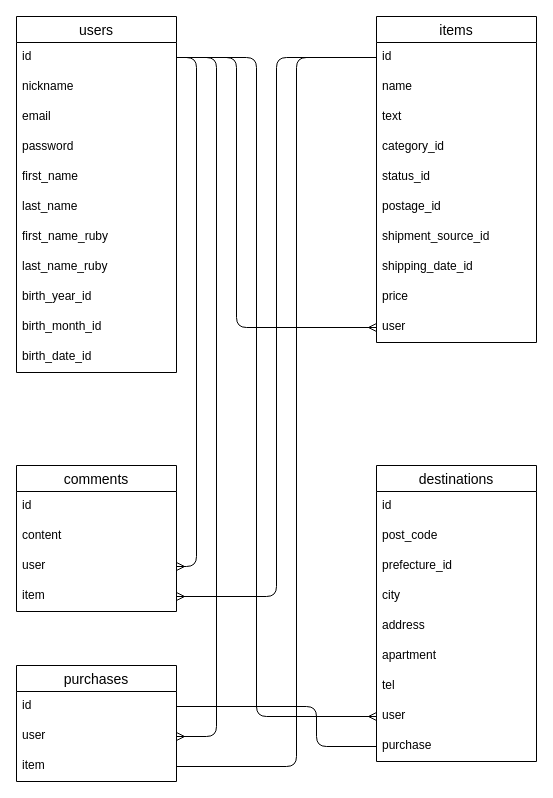
The draw.io diagram furima.dio in shun-p0430/furima-37638, before the edit. Source tidied: cells renumbered, new cells numbered last; positions are measured from the earlier drawing's top-left corner, leaving out a move shared by most shapes. Both pictures are drawn from the tidied source at 100%, with x=0, y=0 at pixel (16, 16).
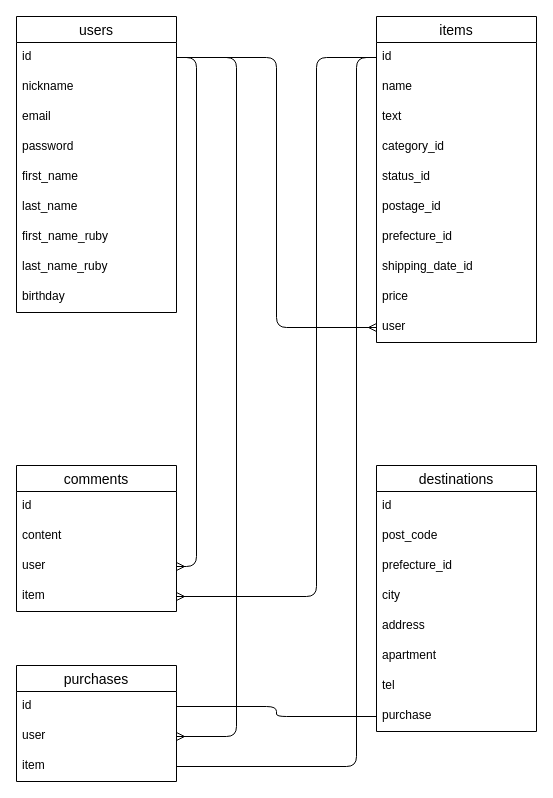
The same page after the edit.

Unchanged cells that the change refers to:
```xml
<mxCell id="3" value="id" style="text;strokeColor=none;fillColor=none;spacingLeft=4;spacingRight=4;overflow=hidden;points=[[0,0.5],[1,0.5]];portConstraint=eastwest;fontSize=12;" parent="2" vertex="1">
  <mxGeometry y="26" width="160" height="30" as="geometry" />
</mxCell>
<mxCell id="14" value="items" style="swimlane;fontStyle=0;horizontal=1;startSize=26;align=center;fontSize=14;" parent="1" vertex="1">
  <mxGeometry x="360" width="160" height="326" as="geometry" />
</mxCell>
<mxCell id="15" value="id" style="text;strokeColor=none;fillColor=none;spacingLeft=4;spacingRight=4;overflow=hidden;points=[[0,0.5],[1,0.5]];portConstraint=eastwest;fontSize=12;" parent="14" vertex="1">
  <mxGeometry y="26" width="160" height="30" as="geometry" />
</mxCell>
<mxCell id="24" value="user" style="text;strokeColor=none;fillColor=none;spacingLeft=4;spacingRight=4;overflow=hidden;points=[[0,0.5],[1,0.5]];portConstraint=eastwest;fontSize=12;labelBackgroundColor=default;" parent="14" vertex="1">
  <mxGeometry y="296" width="160" height="30" as="geometry" />
</mxCell>
<mxCell id="39" value="item" style="text;strokeColor=none;fillColor=none;spacingLeft=4;spacingRight=4;overflow=hidden;points=[[0,0.5],[1,0.5]];portConstraint=eastwest;fontSize=12;labelBackgroundColor=default;" parent="35" vertex="1">
  <mxGeometry y="116" width="160" height="30" as="geometry" />
</mxCell>
<mxCell id="42" value="id" style="text;strokeColor=none;fillColor=none;spacingLeft=4;spacingRight=4;overflow=hidden;points=[[0,0.5],[1,0.5]];portConstraint=eastwest;fontSize=12;" parent="41" vertex="1">
  <mxGeometry y="26" width="160" height="30" as="geometry" />
</mxCell>
<mxCell id="43" value="user" style="text;strokeColor=none;fillColor=none;spacingLeft=4;spacingRight=4;overflow=hidden;points=[[0,0.5],[1,0.5]];portConstraint=eastwest;fontSize=12;" parent="41" vertex="1">
  <mxGeometry y="56" width="160" height="30" as="geometry" />
</mxCell>
<mxCell id="44" value="item" style="text;strokeColor=none;fillColor=none;spacingLeft=4;spacingRight=4;overflow=hidden;points=[[0,0.5],[1,0.5]];portConstraint=eastwest;fontSize=12;" parent="41" vertex="1">
  <mxGeometry y="86" width="160" height="30" as="geometry" />
</mxCell>
```

The edit, as a diff of the source:
```diff
@@
     <mxCell id="2" value="users" style="swimlane;fontStyle=0;horizontal=1;startSize=26;align=center;fontSize=14;" parent="1" vertex="1">
-      <mxGeometry width="160" height="356" as="geometry" />
+      <mxGeometry width="160" height="296" as="geometry" />
     </mxCell>
@@
-    <mxCell id="11" value="birth_year_id" style="text;strokeColor=none;fillColor=none;spacingLeft=4;spacingRight=4;overflow=hidden;fontSize=12;" parent="2" vertex="1">
+    <mxCell id="11" value="birthday" style="text;strokeColor=none;fillColor=none;spacingLeft=4;spacingRight=4;overflow=hidden;fontSize=12;" parent="2" vertex="1">
       <mxGeometry y="266" width="160" height="30" as="geometry" />
     </mxCell>
-    <mxCell id="12" value="birth_month_id" style="text;strokeColor=none;fillColor=none;spacingLeft=4;spacingRight=4;overflow=hidden;fontSize=12;" parent="2" vertex="1">
-      <mxGeometry y="296" width="160" height="30" as="geometry" />
-    </mxCell>
-    <mxCell id="13" value="birth_date_id" style="text;strokeColor=none;fillColor=none;spacingLeft=4;spacingRight=4;overflow=hidden;fontSize=12;" parent="2" vertex="1">
-      <mxGeometry y="326" width="160" height="30" as="geometry" />
-    </mxCell>
@@
-    <mxCell id="21" value="shipment_source_id" style="text;strokeColor=none;fillColor=none;spacingLeft=4;spacingRight=4;overflow=hidden;fontSize=12;labelBackgroundColor=default;" parent="14" vertex="1">
+    <mxCell id="21" value="prefecture_id" style="text;strokeColor=none;fillColor=none;spacingLeft=4;spacingRight=4;overflow=hidden;fontSize=12;labelBackgroundColor=default;" parent="14" vertex="1">
       <mxGeometry y="206" width="160" height="30" as="geometry" />
     </mxCell>
@@
     <mxCell id="25" value="destinations" style="swimlane;fontStyle=0;horizontal=1;startSize=26;align=center;fontSize=14;labelBackgroundColor=default;" parent="1" vertex="1">
-      <mxGeometry x="360" y="449" width="160" height="296" as="geometry" />
+      <mxGeometry x="360" y="449" width="160" height="266" as="geometry" />
     </mxCell>
@@
-    <mxCell id="33" value="user" style="text;strokeColor=none;fillColor=none;spacingLeft=4;spacingRight=4;overflow=hidden;points=[[0,0.5],[1,0.5]];portConstraint=eastwest;fontSize=12;labelBackgroundColor=default;" parent="25" vertex="1">
-      <mxGeometry y="236" width="160" height="30" as="geometry" />
-    </mxCell>
     <mxCell id="34" value="purchase" style="text;strokeColor=none;fillColor=none;spacingLeft=4;spacingRight=4;overflow=hidden;points=[[0,0.5],[1,0.5]];portConstraint=eastwest;fontSize=12;labelBackgroundColor=default;" parent="25" vertex="1">
-      <mxGeometry y="266" width="160" height="30" as="geometry" />
+      <mxGeometry y="236" width="160" height="30" as="geometry" />
     </mxCell>
@@
     <mxCell id="45" style="edgeStyle=orthogonalEdgeStyle;html=1;exitX=1;exitY=0.5;exitDx=0;exitDy=0;entryX=0;entryY=0.5;entryDx=0;entryDy=0;endArrow=ERmany;endFill=0;" parent="1" edge="1" source="3" target="24">
       <mxGeometry relative="1" as="geometry">
         <Array as="points">
-          <mxPoint x="220" y="41" />
-          <mxPoint x="220" y="311" />
+          <mxPoint x="260" y="41" />
+          <mxPoint x="260" y="311" />
         </Array>
       </mxGeometry>
     </mxCell>
@@
     <mxCell id="47" style="edgeStyle=orthogonalEdgeStyle;html=1;exitX=1;exitY=0.5;exitDx=0;exitDy=0;entryX=1;entryY=0.5;entryDx=0;entryDy=0;endArrow=ERmany;endFill=0;" parent="1" edge="1" source="3" target="43">
       <mxGeometry relative="1" as="geometry">
         <Array as="points">
-          <mxPoint x="200" y="41" />
-          <mxPoint x="200" y="720" />
+          <mxPoint x="220" y="41" />
+          <mxPoint x="220" y="720" />
         </Array>
       </mxGeometry>
     </mxCell>
-    <mxCell id="48" style="edgeStyle=orthogonalEdgeStyle;html=1;exitX=1;exitY=0.5;exitDx=0;exitDy=0;entryX=0;entryY=0.5;entryDx=0;entryDy=0;endArrow=ERmany;endFill=0;" parent="1" edge="1" source="3" target="33">
-      <mxGeometry relative="1" as="geometry">
-        <Array as="points">
-          <mxPoint x="240" y="41" />
-          <mxPoint x="240" y="700" />
-        </Array>
-      </mxGeometry>
-    </mxCell>
     <mxCell id="49" style="edgeStyle=orthogonalEdgeStyle;html=1;exitX=0;exitY=0.5;exitDx=0;exitDy=0;entryX=1;entryY=0.5;entryDx=0;entryDy=0;endArrow=ERmany;endFill=0;" parent="1" edge="1" source="15" target="39">
       <mxGeometry relative="1" as="geometry">
         <Array as="points">
-          <mxPoint x="260" y="41" />
-          <mxPoint x="260" y="580" />
+          <mxPoint x="300" y="41" />
+          <mxPoint x="300" y="580" />
         </Array>
       </mxGeometry>
     </mxCell>
     <mxCell id="50" style="edgeStyle=orthogonalEdgeStyle;html=1;exitX=0;exitY=0.5;exitDx=0;exitDy=0;entryX=1;entryY=0.5;entryDx=0;entryDy=0;endArrow=none;endFill=0;" parent="1" edge="1" source="15" target="44">
       <mxGeometry relative="1" as="geometry">
         <Array as="points">
-          <mxPoint x="280" y="41" />
-          <mxPoint x="280" y="750" />
+          <mxPoint x="340" y="41" />
+          <mxPoint x="340" y="750" />
         </Array>
       </mxGeometry>
     </mxCell>
     <mxCell id="51" style="edgeStyle=orthogonalEdgeStyle;html=1;exitX=1;exitY=0.5;exitDx=0;exitDy=0;entryX=0;entryY=0.5;entryDx=0;entryDy=0;endArrow=none;endFill=0;" parent="1" edge="1" source="42" target="34">
-      <mxGeometry relative="1" as="geometry">
-        <Array as="points">
-          <mxPoint x="300" y="690" />
-          <mxPoint x="300" y="730" />
-        </Array>
-      </mxGeometry>
+      <mxGeometry relative="1" as="geometry" />
     </mxCell>
```
